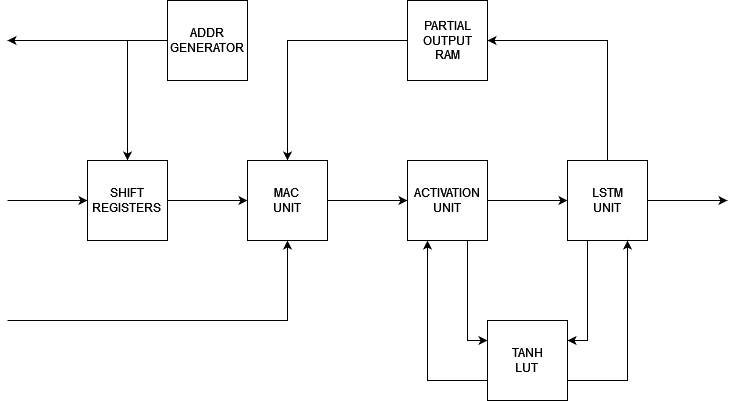
This is slides/images/overview_arch.drawio.png from AlessandroVaraldi/LSTM_ACCELERATOR, a draw.io export, as it was before one commit. Source tidied: cells renumbered, new cells last; positions are measured from the earlier drawing's top-left corner, leaving out a move shared by most shapes.
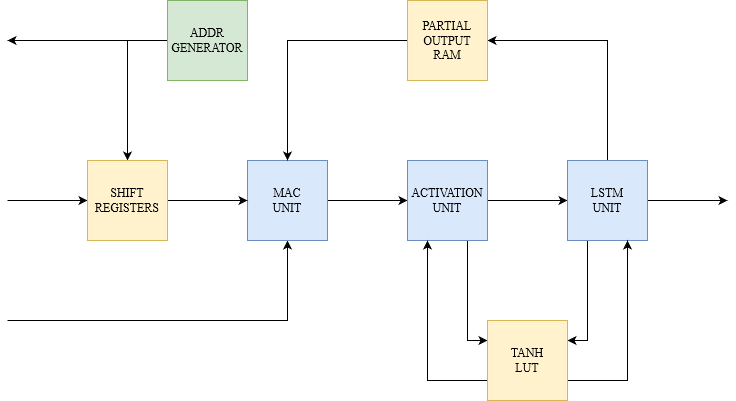
After the change.

Change to the diagram source:
```diff
@@ -13,7 +13,7 @@
         </Array>
       </mxGeometry>
     </mxCell>
-    <mxCell id="4" value="&lt;div&gt;MAC&lt;/div&gt;&lt;div&gt;UNIT&lt;br&gt;&lt;/div&gt;" style="whiteSpace=wrap;html=1;" parent="1" vertex="1">
+    <mxCell id="4" value="&lt;div&gt;MAC&lt;/div&gt;&lt;div&gt;UNIT&lt;br&gt;&lt;/div&gt;" style="whiteSpace=wrap;html=1;fillColor=#dae8fc;strokeColor=#6c8ebf;" parent="1" vertex="1">
       <mxGeometry x="240" y="160" width="80" height="80" as="geometry" />
     </mxCell>
     <mxCell id="5" style="edgeStyle=orthogonalEdgeStyle;rounded=0;jettySize=auto;html=1;exitX=0.75;exitY=1;exitDx=0;exitDy=0;entryX=0;entryY=0.25;entryDx=0;entryDy=0;" parent="1" edge="1" source="7" target="14">
@@ -22,7 +22,7 @@
     <mxCell id="6" style="edgeStyle=orthogonalEdgeStyle;rounded=0;jettySize=auto;html=1;entryX=0;entryY=0.5;entryDx=0;entryDy=0;" parent="1" edge="1" source="7" target="11">
       <mxGeometry relative="1" as="geometry" />
     </mxCell>
-    <mxCell id="7" value="&lt;div&gt;ACTIVATION&lt;/div&gt;&lt;div&gt;UNIT&lt;br&gt;&lt;/div&gt;" style="whiteSpace=wrap;html=1;" parent="1" vertex="1">
+    <mxCell id="7" value="&lt;div&gt;ACTIVATION&lt;/div&gt;&lt;div&gt;UNIT&lt;br&gt;&lt;/div&gt;" style="whiteSpace=wrap;html=1;fillColor=#dae8fc;strokeColor=#6c8ebf;" parent="1" vertex="1">
       <mxGeometry x="400" y="160" width="80" height="80" as="geometry" />
     </mxCell>
     <mxCell id="8" style="edgeStyle=orthogonalEdgeStyle;rounded=0;jettySize=auto;html=1;exitX=0.25;exitY=1;exitDx=0;exitDy=0;entryX=1;entryY=0.25;entryDx=0;entryDy=0;" parent="1" edge="1" source="11" target="14">
@@ -40,7 +40,7 @@
         <mxPoint x="720" y="200" as="targetPoint" />
       </mxGeometry>
     </mxCell>
-    <mxCell id="11" value="&lt;div&gt;LSTM&lt;/div&gt;&lt;div&gt;UNIT&lt;br&gt;&lt;/div&gt;" style="whiteSpace=wrap;html=1;" parent="1" vertex="1">
+    <mxCell id="11" value="&lt;div&gt;LSTM&lt;/div&gt;&lt;div&gt;UNIT&lt;br&gt;&lt;/div&gt;" style="whiteSpace=wrap;html=1;fillColor=#dae8fc;strokeColor=#6c8ebf;" parent="1" vertex="1">
       <mxGeometry x="560" y="160" width="80" height="80" as="geometry" />
     </mxCell>
     <mxCell id="12" style="edgeStyle=orthogonalEdgeStyle;rounded=0;jettySize=auto;html=1;exitX=0;exitY=0.75;exitDx=0;exitDy=0;entryX=0.25;entryY=1;entryDx=0;entryDy=0;" parent="1" edge="1" source="14" target="7">
@@ -49,13 +49,13 @@
     <mxCell id="13" style="edgeStyle=orthogonalEdgeStyle;rounded=0;jettySize=auto;html=1;exitX=1;exitY=0.75;exitDx=0;exitDy=0;entryX=0.75;entryY=1;entryDx=0;entryDy=0;" parent="1" edge="1" source="14" target="11">
       <mxGeometry relative="1" as="geometry" />
     </mxCell>
-    <mxCell id="14" value="&lt;div&gt;TANH&lt;/div&gt;&lt;div&gt;LUT&lt;br&gt;&lt;/div&gt;" style="whiteSpace=wrap;html=1;" parent="1" vertex="1">
+    <mxCell id="14" value="&lt;div&gt;TANH&lt;/div&gt;&lt;div&gt;LUT&lt;br&gt;&lt;/div&gt;" style="whiteSpace=wrap;html=1;fillColor=#fff2cc;strokeColor=#d6b656;" parent="1" vertex="1">
       <mxGeometry x="480" y="320" width="80" height="80" as="geometry" />
     </mxCell>
     <mxCell id="15" style="edgeStyle=orthogonalEdgeStyle;rounded=0;jettySize=auto;html=1;exitX=0;exitY=0.5;exitDx=0;exitDy=0;entryX=0.5;entryY=0;entryDx=0;entryDy=0;" parent="1" edge="1" source="16" target="4">
       <mxGeometry relative="1" as="geometry" />
     </mxCell>
-    <mxCell id="16" value="&lt;div&gt;PARTIAL&lt;/div&gt;&lt;div&gt;OUTPUT&lt;/div&gt;&lt;div&gt;RAM&lt;/div&gt;" style="whiteSpace=wrap;html=1;" parent="1" vertex="1">
+    <mxCell id="16" value="&lt;div&gt;PARTIAL&lt;/div&gt;&lt;div&gt;OUTPUT&lt;/div&gt;&lt;div&gt;RAM&lt;/div&gt;" style="whiteSpace=wrap;html=1;fillColor=#fff2cc;strokeColor=#d6b656;" parent="1" vertex="1">
       <mxGeometry x="400" width="80" height="80" as="geometry" />
     </mxCell>
     <mxCell id="17" style="edgeStyle=orthogonalEdgeStyle;rounded=0;jettySize=auto;html=1;" parent="1" edge="1" source="19">
@@ -70,7 +70,7 @@
         </Array>
       </mxGeometry>
     </mxCell>
-    <mxCell id="19" value="&lt;div&gt;ADDR&lt;/div&gt;&lt;div&gt;GENERATOR&lt;/div&gt;" style="whiteSpace=wrap;html=1;" parent="1" vertex="1">
+    <mxCell id="19" value="&lt;div&gt;ADDR&lt;/div&gt;&lt;div&gt;GENERATOR&lt;/div&gt;" style="whiteSpace=wrap;html=1;fillColor=#d5e8d4;strokeColor=#82b366;" parent="1" vertex="1">
       <mxGeometry x="160" width="80" height="80" as="geometry" />
     </mxCell>
     <mxCell id="20" style="edgeStyle=orthogonalEdgeStyle;rounded=0;jettySize=auto;html=1;entryX=0;entryY=0.5;entryDx=0;entryDy=0;" parent="1" edge="1" source="22" target="4">
@@ -81,7 +81,7 @@
         <mxPoint y="200" as="targetPoint" />
       </mxGeometry>
     </mxCell>
-    <mxCell id="22" value="&lt;div&gt;SHIFT&lt;/div&gt;&lt;div&gt;REGISTERS&lt;br&gt;&lt;/div&gt;" style="whiteSpace=wrap;html=1;" parent="1" vertex="1">
+    <mxCell id="22" value="&lt;div&gt;SHIFT&lt;/div&gt;&lt;div&gt;REGISTERS&lt;br&gt;&lt;/div&gt;" style="whiteSpace=wrap;html=1;fillColor=#fff2cc;strokeColor=#d6b656;" parent="1" vertex="1">
       <mxGeometry x="80" y="160" width="80" height="80" as="geometry" />
     </mxCell>
   </root>
```
